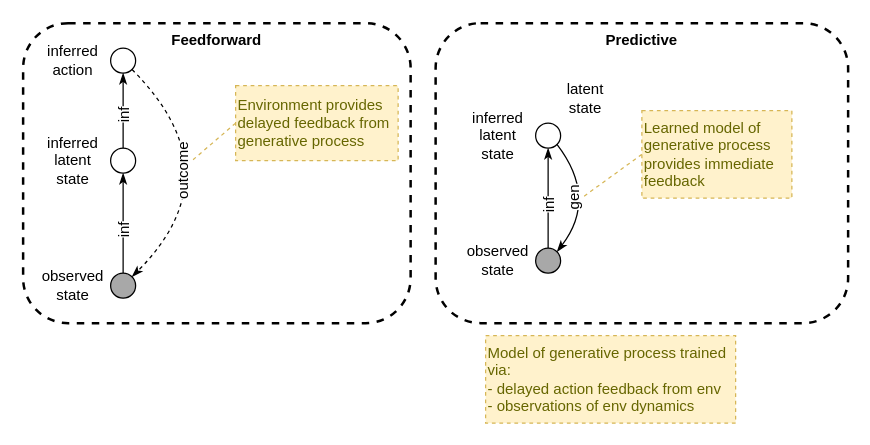
Above: page "feedforward-vs-predictive" (1 of 8) of files/Focusing-on-the-why.drawio in malcolmlett/malcolmlett.github.io (draw.io), before the change. Source tidied: cells renumbered, new cells numbered last; positions are measured from the earlier drawing's top-left corner, leaving out a move shared by most shapes. Both pictures are drawn from the tidied source at 125%, with x=0, y=0 at pixel (22, 22).
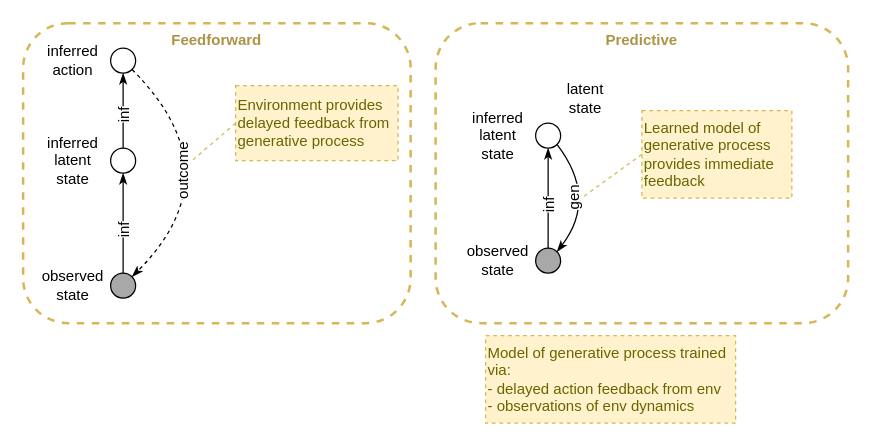
Above is the later version.

What changed in the source:
```diff
@@
-    <mxCell id="2" value="Predictive" style="rounded=1;whiteSpace=wrap;html=1;fillColor=none;dashed=1;strokeWidth=2;align=center;horizontal=1;verticalAlign=top;fontSize=12;fontStyle=1;" parent="1" vertex="1">
+    <mxCell id="2" value="Predictive" style="rounded=1;whiteSpace=wrap;html=1;fillColor=none;dashed=1;strokeWidth=2;align=center;horizontal=1;verticalAlign=top;fontSize=12;fontStyle=1;fontColor=#AD9346;strokeColor=#D6B656;" parent="1" vertex="1">
       <mxGeometry x="330" width="330" height="240" as="geometry" />
     </mxCell>
-    <mxCell id="3" value="Feedforward" style="rounded=1;whiteSpace=wrap;html=1;fillColor=none;dashed=1;strokeWidth=2;align=center;horizontal=1;verticalAlign=top;fontSize=12;fontStyle=1;" parent="1" vertex="1">
+    <mxCell id="3" value="Feedforward" style="rounded=1;whiteSpace=wrap;html=1;fillColor=none;dashed=1;strokeWidth=2;align=center;horizontal=1;verticalAlign=top;fontSize=12;fontStyle=1;fontColor=#AD9346;strokeColor=#D6B656;" parent="1" vertex="1">
       <mxGeometry width="310" height="240" as="geometry" />
     </mxCell>
```
